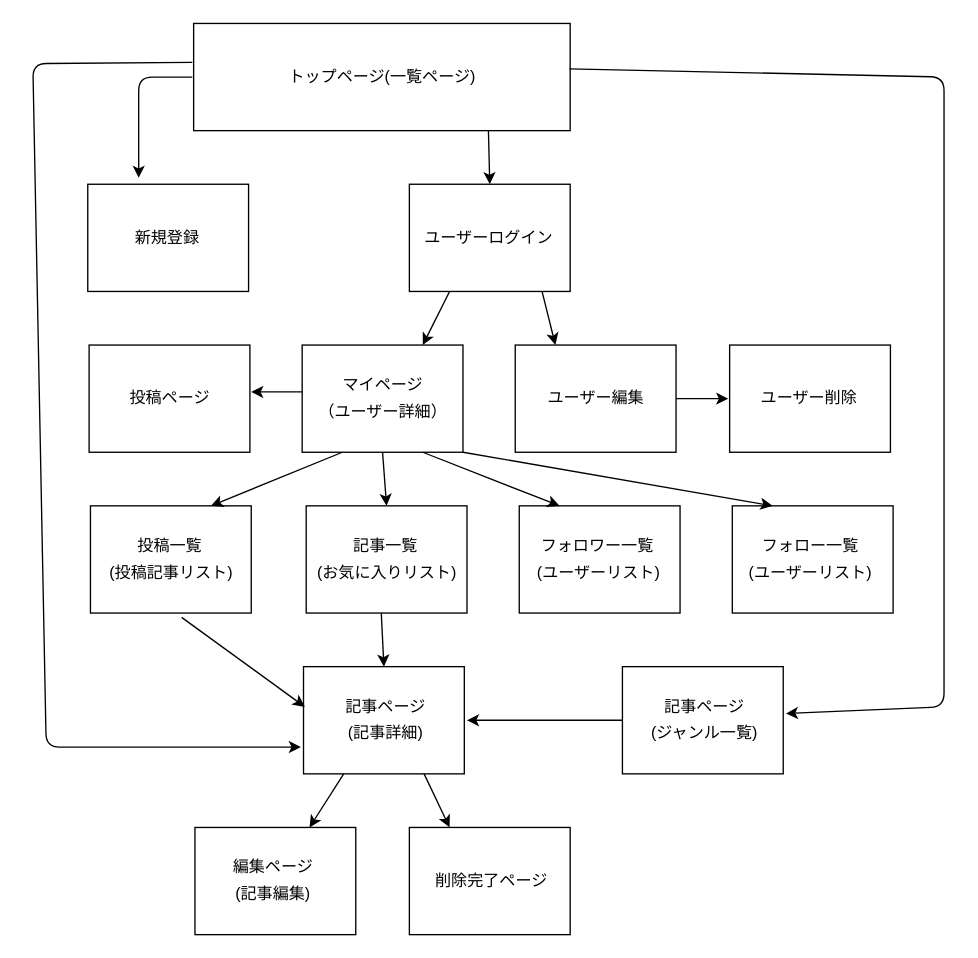
Earlier version of the draw.io diagram 画面遷移図.dio (koharayuki/SHELF). Source tidied: cells renumbered, new cells numbered last; positions are measured from the earlier drawing's top-left corner, leaving out a move shared by most shapes. Both pictures are drawn from the tidied source at 134%, with x=0, y=0 at pixel (32, 23).
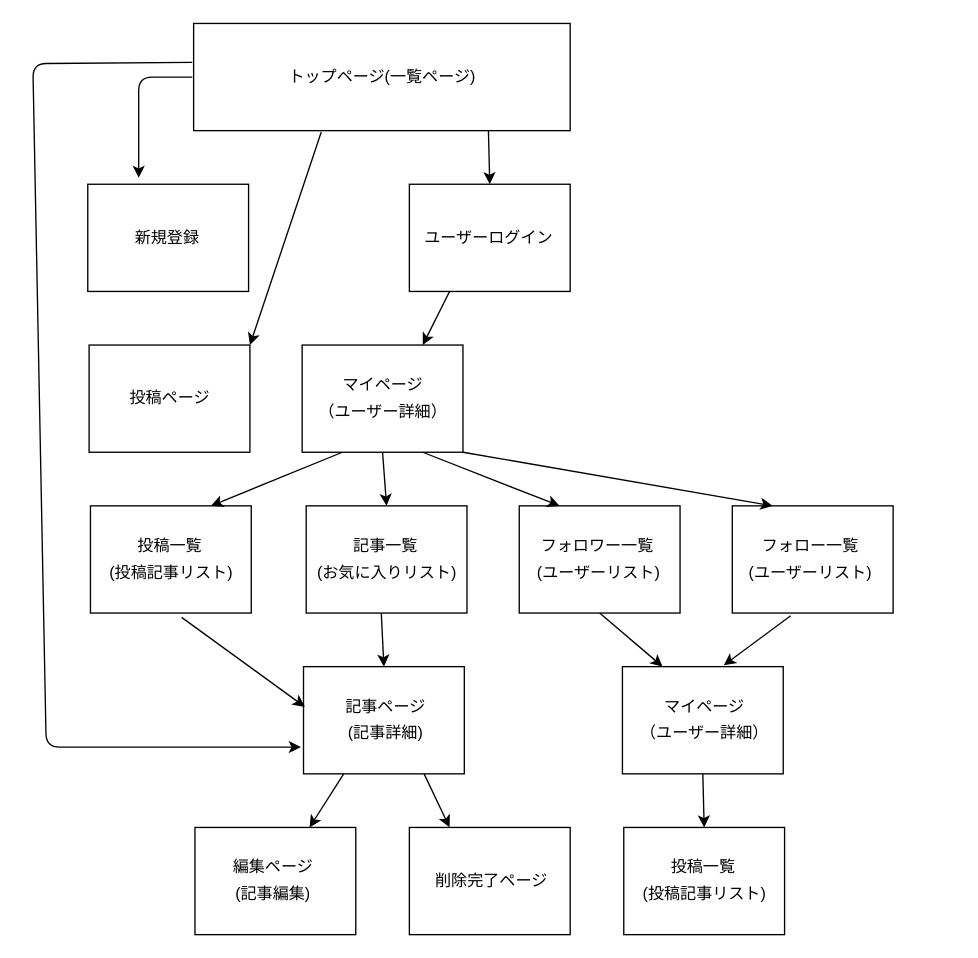
The same diagram, later.

Commit message (it also covers changes not shown here):
DB設計/画面遷移図/READMEの修正

・不要な記述を削除
・開発における変更点を修正
・READMEにアプリケーション概要を追記

The change refers to these unchanged cells:
```xml
<mxCell id="2" style="rounded=0;whiteSpace=wrap;html=1;" parent="1" vertex="1">
  <mxGeometry x="120" width="281" height="80" as="geometry" />
</mxCell>
<mxCell id="8" value="マイページ" style="text;html=1;strokeColor=none;fillColor=none;align=center;verticalAlign=middle;whiteSpace=wrap;overflow=hidden;" parent="1" vertex="1">
  <mxGeometry x="201" y="260" width="121" height="20" as="geometry" />
</mxCell>
<mxCell id="10" style="rounded=0;whiteSpace=wrap;html=1;" parent="1" vertex="1">
  <mxGeometry x="42" y="240" width="120" height="80" as="geometry" />
</mxCell>
<mxCell id="11" value="投稿ページ" style="text;html=1;strokeColor=none;fillColor=none;align=center;verticalAlign=middle;whiteSpace=wrap;overflow=hidden;" parent="1" vertex="1">
  <mxGeometry x="42" y="270" width="121" height="20" as="geometry" />
</mxCell>
<mxCell id="13" style="rounded=0;whiteSpace=wrap;html=1;" parent="1" vertex="1">
  <mxGeometry x="363" y="360" width="120" height="80" as="geometry" />
</mxCell>
<mxCell id="16" style="rounded=0;whiteSpace=wrap;html=1;" parent="1" vertex="1">
  <mxGeometry x="522" y="360" width="120" height="80" as="geometry" />
</mxCell>
<mxCell id="25" value="記事ページ" style="text;html=1;strokeColor=none;fillColor=none;align=center;verticalAlign=middle;whiteSpace=wrap;overflow=hidden;" parent="1" vertex="1">
  <mxGeometry x="203" y="500" width="121" height="20" as="geometry" />
</mxCell>
<mxCell id="52" style="rounded=0;whiteSpace=wrap;html=1;" parent="1" vertex="1">
  <mxGeometry x="440" y="480" width="120" height="80" as="geometry" />
</mxCell>
```

What changed in the source:
```diff
@@
-    <mxCell id="15" style="rounded=0;whiteSpace=wrap;html=1;" parent="1" vertex="1">
-      <mxGeometry x="360" y="240" width="120" height="80" as="geometry" />
-    </mxCell>
@@
-    <mxCell id="19" value="ユーザー編集" style="text;html=1;strokeColor=none;fillColor=none;align=center;verticalAlign=middle;whiteSpace=wrap;overflow=hidden;" parent="1" vertex="1">
-      <mxGeometry x="360" y="270" width="121" height="20" as="geometry" />
-    </mxCell>
-    <mxCell id="20" style="rounded=0;whiteSpace=wrap;html=1;" parent="1" vertex="1">
-      <mxGeometry x="520" y="240" width="120" height="80" as="geometry" />
-    </mxCell>
-    <mxCell id="21" value="ユーザー削除" style="text;html=1;strokeColor=none;fillColor=none;align=center;verticalAlign=middle;whiteSpace=wrap;overflow=hidden;" parent="1" vertex="1">
-      <mxGeometry x="519" y="270" width="121" height="20" as="geometry" />
-    </mxCell>
@@
-    <mxCell id="40" style="endArrow=classic;html=1;entryX=1;entryY=0.25;entryDx=0;entryDy=0;exitX=0;exitY=0.75;exitDx=0;exitDy=0;" parent="1" edge="1" source="8" target="11">
+    <mxCell id="40" style="endArrow=classic;html=1;entryX=1;entryY=0;entryDx=0;entryDy=0;exitX=0.339;exitY=1.013;exitDx=0;exitDy=0;exitPerimeter=0;" parent="1" edge="1" source="2" target="10">
       <mxGeometry relative="1" as="geometry" />
     </mxCell>
-    <mxCell id="41" style="endArrow=classic;html=1;entryX=0.25;entryY=0;entryDx=0;entryDy=0;" parent="1" edge="1" target="15">
-      <mxGeometry relative="1" as="geometry">
-        <mxPoint x="380" y="200" as="sourcePoint" />
-      </mxGeometry>
-    </mxCell>
-    <mxCell id="42" style="endArrow=classic;html=1;entryX=0;entryY=0.5;entryDx=0;entryDy=0;exitX=1;exitY=0.5;exitDx=0;exitDy=0;" parent="1" edge="1" source="15" target="21">
-      <mxGeometry relative="1" as="geometry" />
-    </mxCell>
@@
+    <mxCell id="56" style="rounded=0;whiteSpace=wrap;html=1;" parent="1" vertex="1">
+      <mxGeometry x="441" y="600" width="120" height="80" as="geometry" />
+    </mxCell>
+    <mxCell id="57" value="(投稿記事リスト)" style="text;html=1;strokeColor=none;fillColor=none;align=center;verticalAlign=middle;whiteSpace=wrap;overflow=hidden;" parent="1" vertex="1">
+      <mxGeometry x="441" y="640" width="121" height="20" as="geometry" />
+    </mxCell>
+    <mxCell id="58" value="投稿一覧" style="text;html=1;strokeColor=none;fillColor=none;align=center;verticalAlign=middle;whiteSpace=wrap;overflow=hidden;" parent="1" vertex="1">
+      <mxGeometry x="440" y="620" width="121" height="20" as="geometry" />
+    </mxCell>
@@
-    <mxCell id="53" value="(ジャンル一覧)" style="text;html=1;strokeColor=none;fillColor=none;align=center;verticalAlign=middle;whiteSpace=wrap;overflow=hidden;" parent="1" vertex="1">
-      <mxGeometry x="441" y="520" width="121" height="20" as="geometry" />
-    </mxCell>
-    <mxCell id="54" value="記事ページ" style="text;html=1;strokeColor=none;fillColor=none;align=center;verticalAlign=middle;whiteSpace=wrap;overflow=hidden;" parent="1" vertex="1">
-      <mxGeometry x="441" y="500" width="121" height="20" as="geometry" />
-    </mxCell>
-    <mxCell id="55" style="endArrow=classic;html=1;exitX=0.998;exitY=0.423;exitDx=0;exitDy=0;exitPerimeter=0;entryX=1;entryY=0.75;entryDx=0;entryDy=0;" parent="1" edge="1" source="2" target="54">
-      <mxGeometry relative="1" as="geometry">
-        <Array as="points">
-          <mxPoint x="680" y="40" />
-          <mxPoint x="680" y="510" />
-        </Array>
-      </mxGeometry>
-    </mxCell>
-    <mxCell id="56" style="endArrow=classic;html=1;entryX=1;entryY=1;entryDx=0;entryDy=0;exitX=0;exitY=0.5;exitDx=0;exitDy=0;" parent="1" edge="1" source="52" target="25">
-      <mxGeometry relative="1" as="geometry" />
-    </mxCell>
+    <mxCell id="59" value="マイページ" style="text;html=1;strokeColor=none;fillColor=none;align=center;verticalAlign=middle;whiteSpace=wrap;overflow=hidden;" parent="1" vertex="1">
+      <mxGeometry x="441" y="500" width="121" height="20" as="geometry" />
+    </mxCell>
+    <mxCell id="60" value="（ユーザー詳細）" style="text;html=1;strokeColor=none;fillColor=none;align=center;verticalAlign=middle;whiteSpace=wrap;overflow=hidden;" parent="1" vertex="1">
+      <mxGeometry x="441" y="520" width="121" height="20" as="geometry" />
+    </mxCell>
+    <mxCell id="61" style="endArrow=classic;html=1;exitX=0.5;exitY=1;exitDx=0;exitDy=0;entryX=0.25;entryY=0;entryDx=0;entryDy=0;" parent="1" edge="1" source="13" target="52">
+      <mxGeometry relative="1" as="geometry" />
+    </mxCell>
+    <mxCell id="62" style="endArrow=classic;html=1;exitX=0.363;exitY=1.025;exitDx=0;exitDy=0;entryX=0.63;entryY=-0.012;entryDx=0;entryDy=0;exitPerimeter=0;entryPerimeter=0;" parent="1" edge="1" source="16" target="52">
+      <mxGeometry relative="1" as="geometry" />
+    </mxCell>
+    <mxCell id="63" style="endArrow=classic;html=1;exitX=0.5;exitY=1;exitDx=0;exitDy=0;entryX=0.5;entryY=0;entryDx=0;entryDy=0;" parent="1" edge="1" source="52" target="56">
+      <mxGeometry relative="1" as="geometry" />
+    </mxCell>
```
